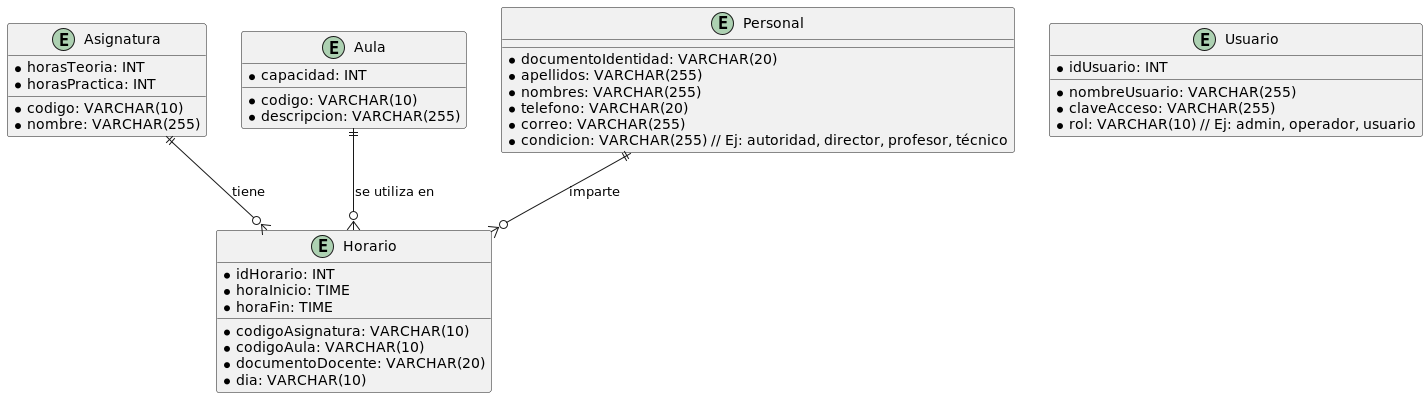
Before: Diagramas/BasedeDatos.png, a diagram exported from PlantUML (SrNe0/HorarioUIS). The source it was exported from:
```plantuml
@startuml
entity "Asignatura" {
    * codigo: VARCHAR(10)
    * nombre: VARCHAR(255)
    * horasTeoria: INT
    * horasPractica: INT
}

entity "Aula" {
    * codigo: VARCHAR(10)
    * descripcion: VARCHAR(255)
    * capacidad: INT
}

entity "Personal" {
    * documentoIdentidad: VARCHAR(20)
    * apellidos: VARCHAR(255)
    * nombres: VARCHAR(255)
    * telefono: VARCHAR(20)
    * correo: VARCHAR(255)
    * condicion: VARCHAR(255) // Ej: autoridad, director, profesor, técnico
}

entity "Horario" {
    * idHorario: INT
    * codigoAsignatura: VARCHAR(10)
    * codigoAula: VARCHAR(10)
    * documentoDocente: VARCHAR(20)
    * dia: VARCHAR(10)
    * horaInicio: TIME
    * horaFin: TIME
}

entity "Usuario" {
    * idUsuario: INT
    * nombreUsuario: VARCHAR(255)
    * claveAcceso: VARCHAR(255)
    * rol: VARCHAR(10) // Ej: admin, operador, usuario
}

Asignatura ||--o{ Horario : "tiene"
Aula ||--o{ Horario : "se utiliza en"
Personal ||--o{ Horario : "imparte"
@enduml
```
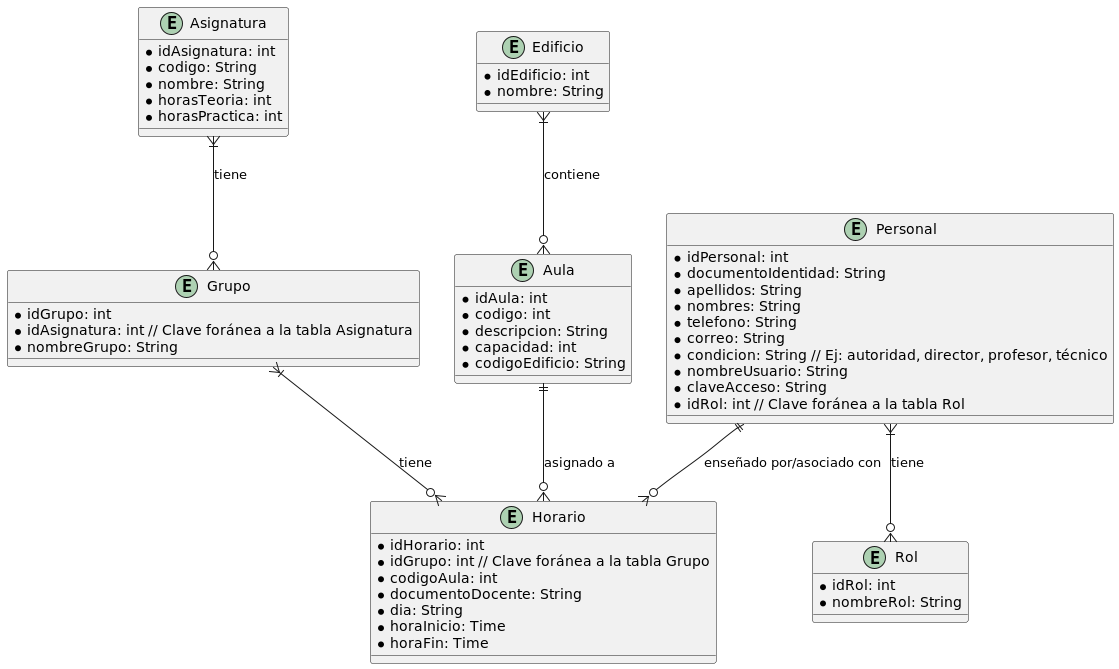
After the change.

Diff of the diagram source:
```diff
@@ -1,44 +1,63 @@
 @startuml
 entity "Asignatura" {
-    * codigo: VARCHAR(10)
-    * nombre: VARCHAR(255)
-    * horasTeoria: INT
-    * horasPractica: INT
+    * idAsignatura: int
+    * codigo: String
+    * nombre: String
+    * horasTeoria: int
+    * horasPractica: int
+}
+
+entity "Grupo" {
+    * idGrupo: int
+    * idAsignatura: int // Clave foránea a la tabla Asignatura
+    * nombreGrupo: String
+}
+
+entity "Edificio" {
+    * idEdificio: int
+    * nombre: String
 }
 
 entity "Aula" {
-    * codigo: VARCHAR(10)
-    * descripcion: VARCHAR(255)
-    * capacidad: INT
+    * idAula: int
+    * codigo: int
+    * descripcion: String
+    * capacidad: int
+    * codigoEdificio: String
 }
 
 entity "Personal" {
-    * documentoIdentidad: VARCHAR(20)
-    * apellidos: VARCHAR(255)
-    * nombres: VARCHAR(255)
-    * telefono: VARCHAR(20)
-    * correo: VARCHAR(255)
-    * condicion: VARCHAR(255) // Ej: autoridad, director, profesor, técnico
+    * idPersonal: int
+    * documentoIdentidad: String
+    * apellidos: String
+    * nombres: String
+    * telefono: String
+    * correo: String
+    * condicion: String // Ej: autoridad, director, profesor, técnico
+    * nombreUsuario: String
+    * claveAcceso: String
+    * idRol: int // Clave foránea a la tabla Rol
+}
+
+entity "Rol" {
+    * idRol: int
+    * nombreRol: String
 }
 
 entity "Horario" {
-    * idHorario: INT
-    * codigoAsignatura: VARCHAR(10)
-    * codigoAula: VARCHAR(10)
-    * documentoDocente: VARCHAR(20)
-    * dia: VARCHAR(10)
-    * horaInicio: TIME
-    * horaFin: TIME
+    * idHorario: int
+    * idGrupo: int // Clave foránea a la tabla Grupo
+    * codigoAula: int
+    * documentoDocente: String
+    * dia: String
+    * horaInicio: Time
+    * horaFin: Time
 }
 
-entity "Usuario" {
-    * idUsuario: INT
-    * nombreUsuario: VARCHAR(255)
-    * claveAcceso: VARCHAR(255)
-    * rol: VARCHAR(10) // Ej: admin, operador, usuario
-}
-
-Asignatura ||--o{ Horario : "tiene"
-Aula ||--o{ Horario : "se utiliza en"
-Personal ||--o{ Horario : "imparte"
+Personal ||--o{ Horario : "enseñado por/asociado con"
+Aula ||--o{ Horario : "asignado a"
+Personal }|--o{ Rol : "tiene"
+Asignatura }|--o{ Grupo : "tiene"
+Edificio }|--o{ Aula : "contiene"
+Grupo }|--o{ Horario : "tiene"
 @enduml
```
